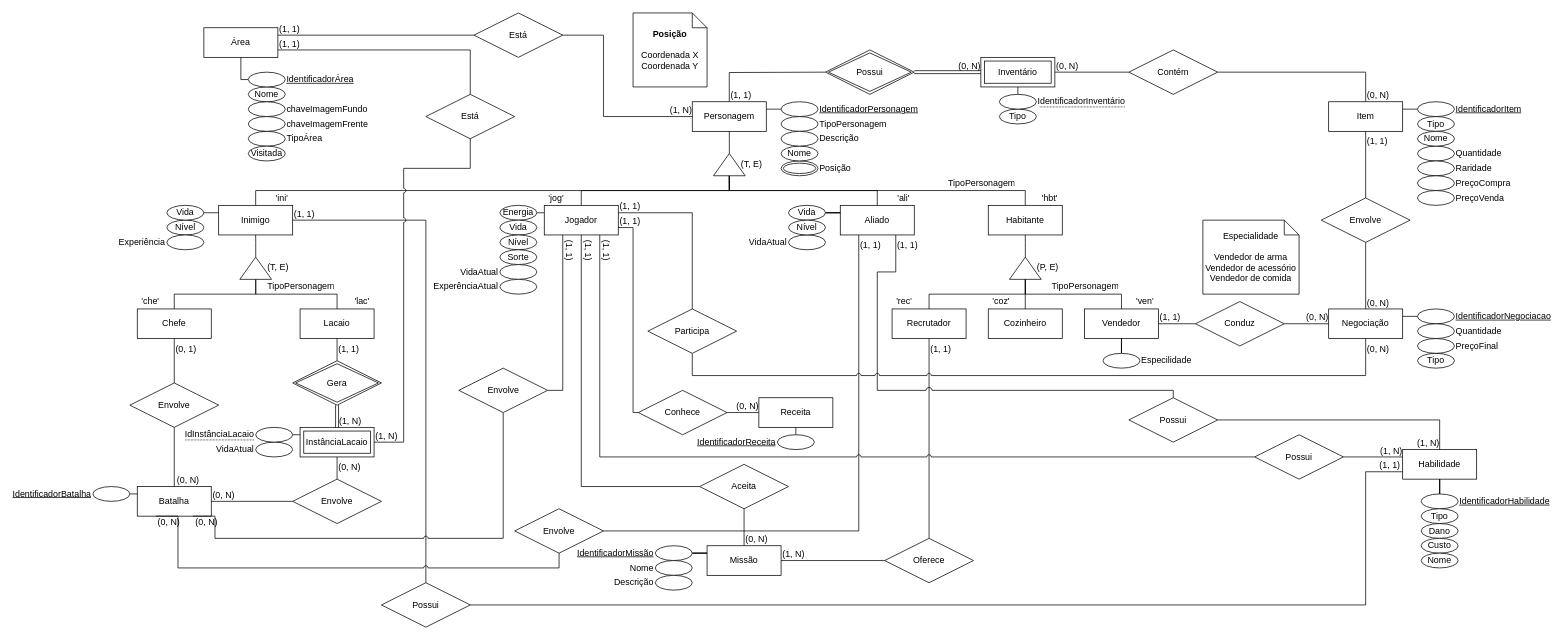
SBD1/2025.1-Marventura keeps this draw.io diagram as docs/assets/drawio/diagrama-entidade-relacionamento-personagem.drawio. Above is the earlier version. Source tidied: cells renumbered, new cells numbered last; positions are measured from the earlier drawing's top-left corner, leaving out a move shared by most shapes. Both pictures are drawn from the tidied source at 74%, with x=0, y=0 at pixel (92, 13).
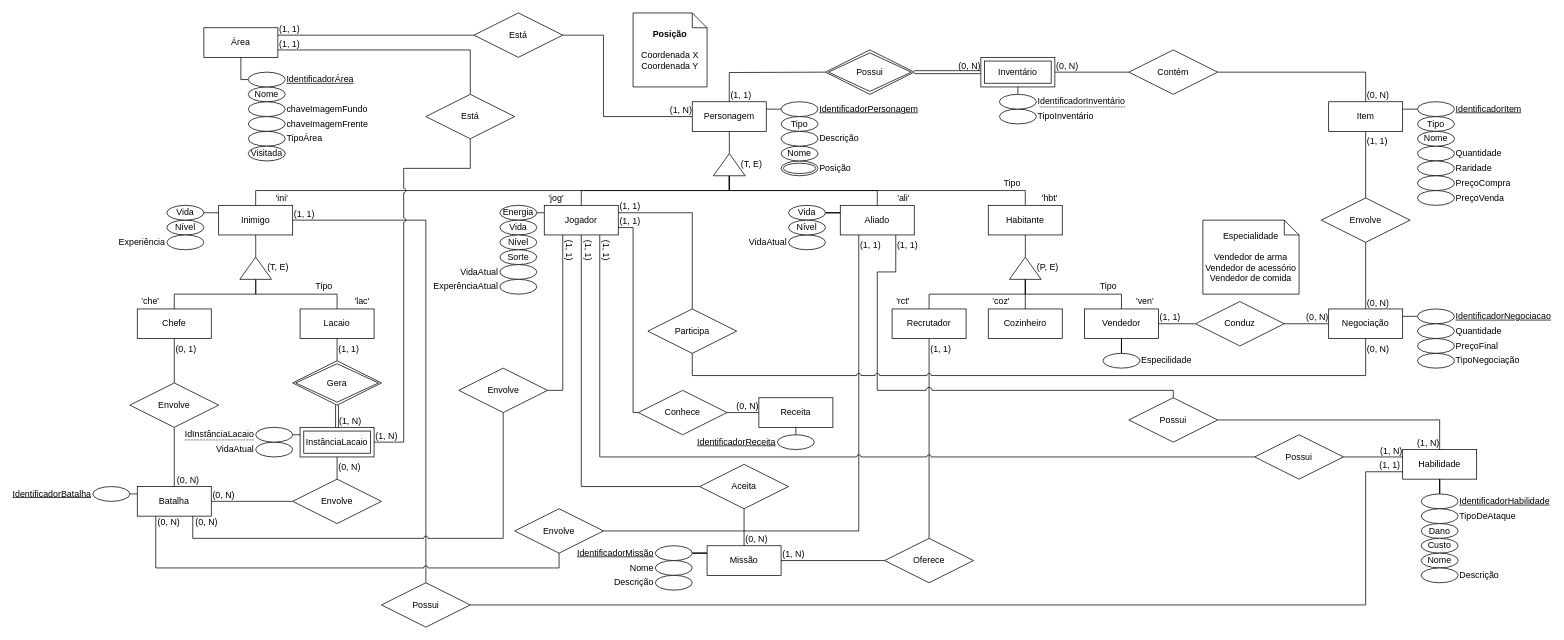
After the change.

Unchanged cells that the change refers to:
```xml
<mxCell id="139" value="Batalha" style="shape=label;margin=3;double=1;whiteSpace=wrap;html=1;align=center;" parent="1" vertex="1">
  <mxGeometry x="60" y="640" width="100" height="40" as="geometry" />
</mxCell>
<mxCell id="146" value="Envolve" style="shape=rhombus;perimeter=rhombusPerimeter;whiteSpace=wrap;html=1;align=center;" parent="1" vertex="1">
  <mxGeometry x="570" y="670" width="120" height="60" as="geometry" />
</mxCell>
<mxCell id="153" value="Envolve" style="shape=rhombus;perimeter=rhombusPerimeter;whiteSpace=wrap;html=1;align=center;" parent="1" vertex="1">
  <mxGeometry x="494.5" y="480" width="120" height="60" as="geometry" />
</mxCell>
```

The edit, as a diff of the source:
```diff
@@
-    <mxCell id="63" value="TipoPersonagem" style="text;strokeColor=none;fillColor=none;spacingLeft=4;spacingRight=4;overflow=hidden;fontSize=12;html=1;verticalAlign=middle;whiteSpace=wrap;" parent="1" vertex="1">
-      <mxGeometry x="230" y="360" width="100" height="20" as="geometry" />
-    </mxCell>
@@
-    <mxCell id="69" value="'rec'" style="text;strokeColor=none;fillColor=none;spacingLeft=4;spacingRight=4;overflow=hidden;fontSize=12;whiteSpace=wrap;html=1;verticalAlign=middle;" parent="1" vertex="1">
+    <mxCell id="69" value="'rct'" style="text;strokeColor=none;fillColor=none;spacingLeft=4;spacingRight=4;overflow=hidden;fontSize=12;whiteSpace=wrap;html=1;verticalAlign=middle;" parent="1" vertex="1">
       <mxGeometry x="1080" y="380" width="40" height="20" as="geometry" />
     </mxCell>
@@
-    <mxCell id="74" value="TipoPersonagem" style="ellipse;whiteSpace=wrap;html=1;align=left;labelPosition=right;verticalLabelPosition=middle;verticalAlign=middle;" parent="1" vertex="1">
+    <mxCell id="74" value="Tipo" style="ellipse;whiteSpace=wrap;html=1;align=center;labelPosition=center;verticalLabelPosition=middle;verticalAlign=middle;" parent="1" vertex="1">
       <mxGeometry x="930" y="140" width="50" height="20" as="geometry" />
     </mxCell>
@@
-    <mxCell id="126" value="Tipo" style="ellipse;whiteSpace=wrap;html=1;align=center;fontStyle=0;labelPosition=center;verticalLabelPosition=middle;verticalAlign=middle;" parent="1" vertex="1">
+    <mxCell id="126" value="TipoNegociação" style="ellipse;whiteSpace=wrap;html=1;align=left;fontStyle=0;labelPosition=right;verticalLabelPosition=middle;verticalAlign=middle;" parent="1" vertex="1">
       <mxGeometry x="1790" y="460" width="50" height="20" as="geometry" />
     </mxCell>
@@
     <mxCell id="147" style="html=1;rounded=0;exitX=0.5;exitY=1;exitDx=0;exitDy=0;entryX=0.25;entryY=1;entryDx=0;entryDy=0;edgeStyle=orthogonalEdgeStyle;endArrow=none;startFill=0;jumpStyle=arc;" parent="1" edge="1" source="146" target="139">
       <mxGeometry relative="1" as="geometry">
         <Array as="points">
           <mxPoint x="630" y="750" />
-          <mxPoint x="115" y="750" />
+          <mxPoint x="85" y="750" />
         </Array>
       </mxGeometry>
     </mxCell>
@@
     <mxCell id="151" style="html=1;rounded=0;exitX=0.5;exitY=1;exitDx=0;exitDy=0;entryX=0.75;entryY=1;entryDx=0;entryDy=0;edgeStyle=orthogonalEdgeStyle;endArrow=none;startFill=0;jumpStyle=arc;" parent="1" edge="1" source="153" target="139">
       <mxGeometry relative="1" as="geometry">
         <Array as="points">
-          <mxPoint x="555" y="710" />
-          <mxPoint x="165" y="710" />
+          <mxPoint x="554" y="710" />
+          <mxPoint x="135" y="710" />
         </Array>
       </mxGeometry>
     </mxCell>
@@
-    <mxCell id="156" value="Tipo" style="ellipse;whiteSpace=wrap;html=1;align=center;" parent="1" vertex="1">
+    <mxCell id="156" value="TipoInventário" style="ellipse;whiteSpace=wrap;html=1;align=left;labelPosition=right;verticalLabelPosition=middle;verticalAlign=middle;" parent="1" vertex="1">
       <mxGeometry x="1225" y="130" width="50" height="20" as="geometry" />
     </mxCell>
@@
-    <mxCell id="185" value="TipoPersonagem" style="text;strokeColor=none;fillColor=none;spacingLeft=4;spacingRight=4;overflow=hidden;fontSize=12;html=1;verticalAlign=middle;whiteSpace=wrap;" parent="1" vertex="1">
-      <mxGeometry x="1150" y="220" width="100" height="20" as="geometry" />
+    <mxCell id="185" value="Tipo" style="text;strokeColor=none;fillColor=none;spacingLeft=4;spacingRight=4;overflow=hidden;fontSize=12;html=1;verticalAlign=middle;whiteSpace=wrap;align=right;" parent="1" vertex="1">
+      <mxGeometry x="1220" y="220" width="40" height="20" as="geometry" />
     </mxCell>
-    <mxCell id="186" value="TipoPersonagem" style="text;strokeColor=none;fillColor=none;spacingLeft=4;spacingRight=4;overflow=hidden;fontSize=12;html=1;verticalAlign=middle;whiteSpace=wrap;" parent="1" vertex="1">
-      <mxGeometry x="1290" y="360" width="100" height="20" as="geometry" />
-    </mxCell>
-    <mxCell id="187" value="Tipo" style="ellipse;whiteSpace=wrap;html=1;align=center;" parent="1" vertex="1">
+    <mxCell id="187" value="TipoDeAtaque" style="ellipse;whiteSpace=wrap;html=1;align=left;labelPosition=right;verticalLabelPosition=middle;verticalAlign=middle;" parent="1" vertex="1">
       <mxGeometry x="1795" y="670" width="50" height="20" as="geometry" />
     </mxCell>
@@
+    <mxCell id="206" value="Tipo" style="text;strokeColor=none;fillColor=none;spacingLeft=4;spacingRight=4;overflow=hidden;fontSize=12;html=1;verticalAlign=middle;whiteSpace=wrap;align=right;" parent="1" vertex="1">
+      <mxGeometry x="1350" y="360" width="40" height="20" as="geometry" />
+    </mxCell>
+    <mxCell id="207" value="Tipo" style="text;strokeColor=none;fillColor=none;spacingLeft=4;spacingRight=4;overflow=hidden;fontSize=12;html=1;verticalAlign=middle;whiteSpace=wrap;align=right;" parent="1" vertex="1">
+      <mxGeometry x="290" y="360" width="40" height="20" as="geometry" />
+    </mxCell>
+    <mxCell id="208" value="Descrição" style="ellipse;whiteSpace=wrap;html=1;align=left;labelPosition=right;verticalLabelPosition=middle;verticalAlign=middle;" parent="1" vertex="1">
+      <mxGeometry x="1795" y="750" width="50" height="20" as="geometry" />
+    </mxCell>
```
